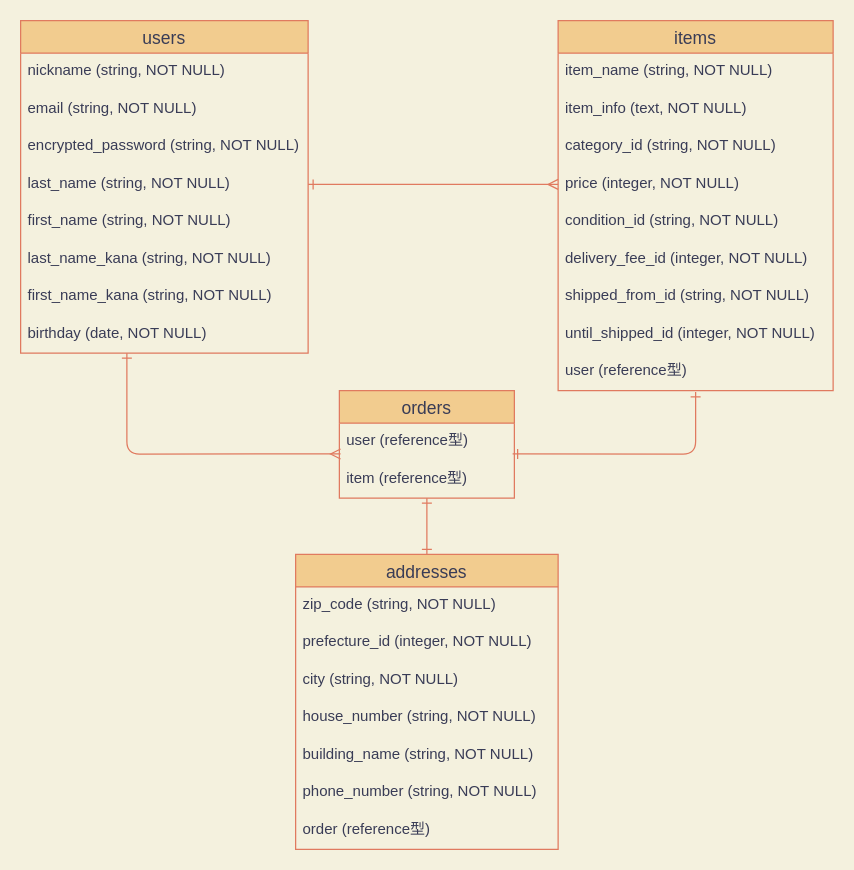
Above: furima.dio in yesiamhayato/furima-32120 (draw.io), before the change. Source tidied: cells renumbered, new cells numbered last; positions are measured from the earlier drawing's top-left corner, leaving out a move shared by most shapes. Both pictures are drawn from the tidied source at 125%, with x=0, y=0 at pixel (20, 20).
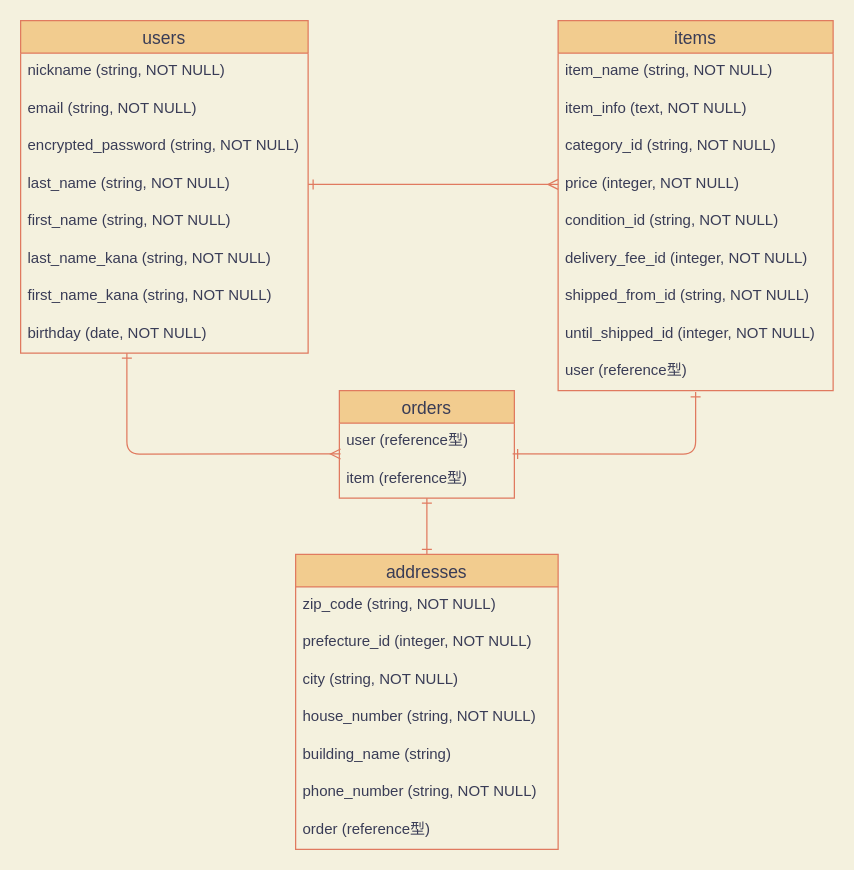
The same page after the edit.

The change refers to these unchanged cells:
```xml
<mxCell id="28" value="addresses" style="swimlane;fontStyle=0;horizontal=1;startSize=26;align=center;fontSize=14;fillColor=#F2CC8F;strokeColor=#E07A5F;fontColor=#393C56;" parent="1" vertex="1">
  <mxGeometry x="220" y="427" width="210" height="236" as="geometry" />
</mxCell>
```

Diff of the diagram source:
```diff
@@
-    <mxCell id="33" value="building_name (string, NOT NULL)" style="text;strokeColor=none;fillColor=none;spacingLeft=4;spacingRight=4;overflow=hidden;fontSize=12;fontColor=#393C56;" parent="28" vertex="1">
+    <mxCell id="33" value="building_name (string)" style="text;strokeColor=none;fillColor=none;spacingLeft=4;spacingRight=4;overflow=hidden;fontSize=12;fontColor=#393C56;" parent="28" vertex="1">
       <mxGeometry y="146" width="210" height="30" as="geometry" />
     </mxCell>
```
